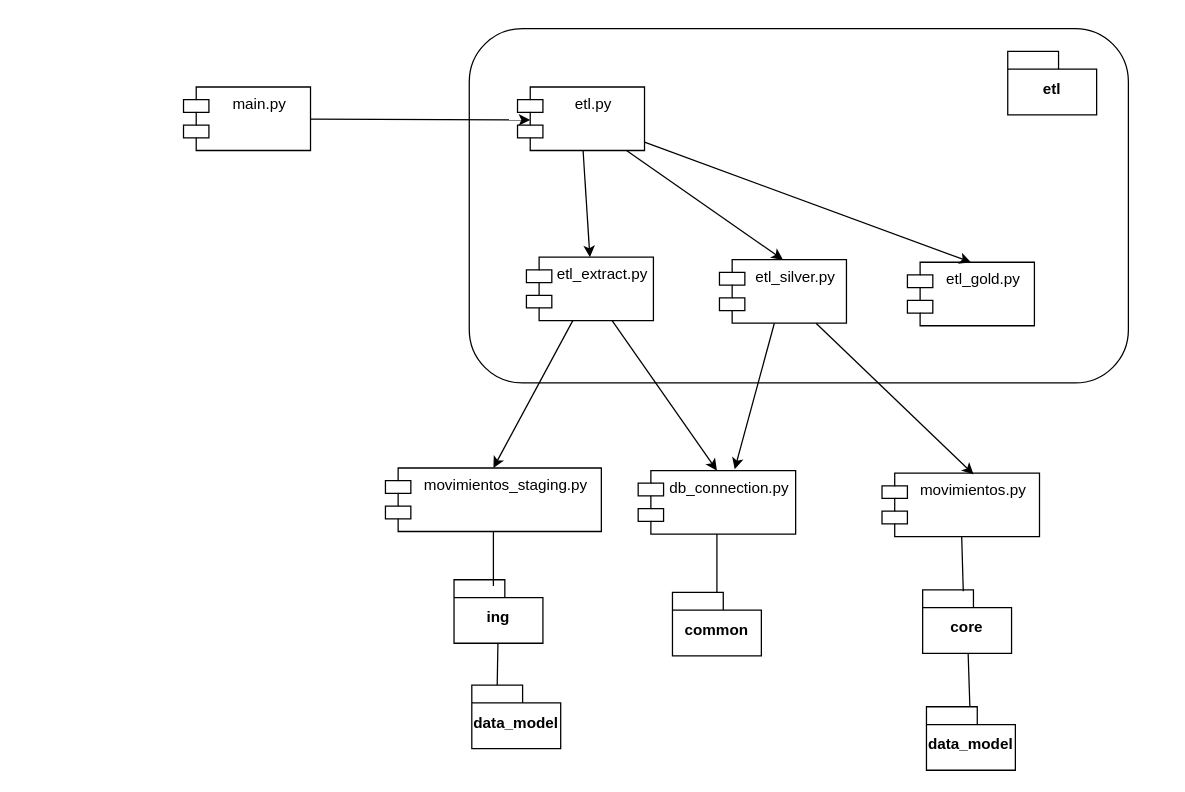
Before: page "Modulos" (4 of 5) of diagrams.dio in cperezh/DataEng_Patterns, a draw.io diagram. Source tidied: cells renumbered, new cells numbered last; positions are measured from the earlier drawing's top-left corner, leaving out a move shared by most shapes. Both pictures are drawn from the tidied source at 127%, with x=0, y=0 at pixel (183, 28).
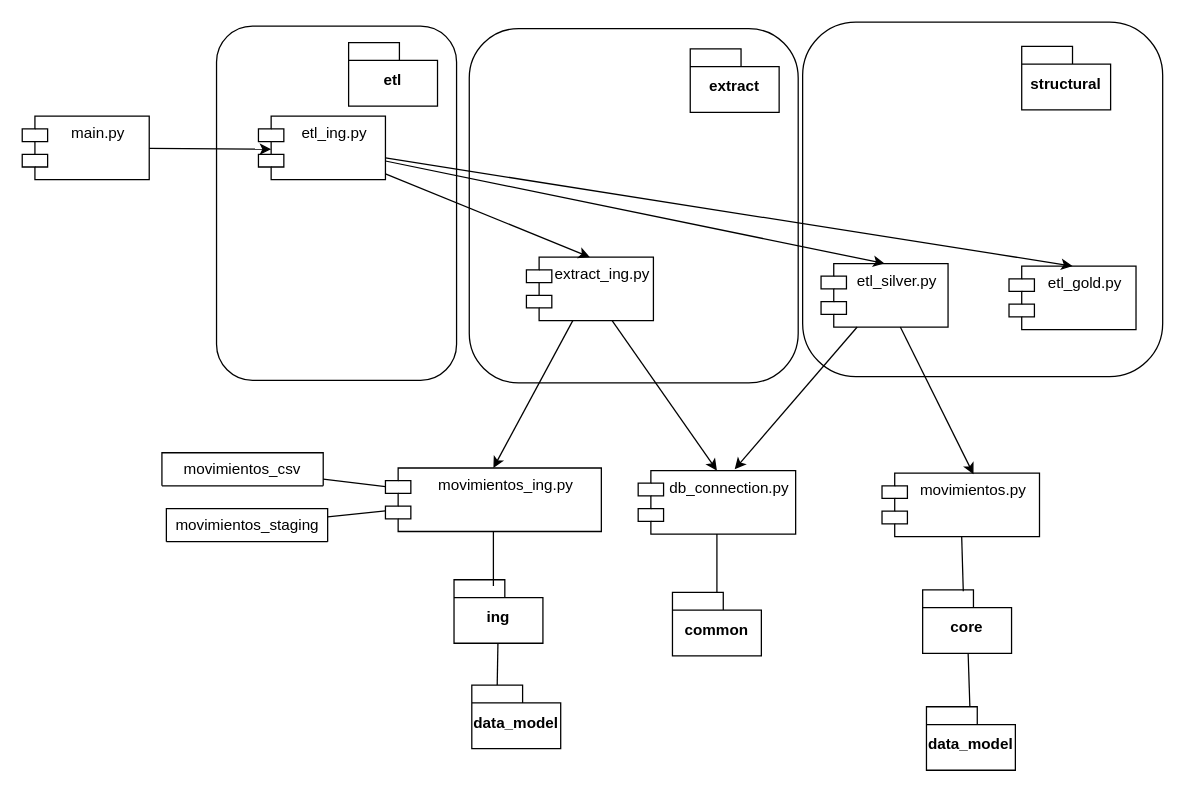
The same diagram, later.

The edit, as a diff of the source:
```diff
@@
+    <mxCell id="30" style="rounded=1;whiteSpace=wrap;html=1;" parent="1" vertex="1">
+      <mxGeometry x="26" y="-2" width="189" height="279" as="geometry" />
+    </mxCell>
+    <mxCell id="31" style="rounded=1;whiteSpace=wrap;html=1;" parent="1" vertex="1">
+      <mxGeometry x="487.5" y="-5" width="283.5" height="279" as="geometry" />
+    </mxCell>
     <mxCell id="2" style="rounded=1;whiteSpace=wrap;html=1;" parent="1" vertex="1">
-      <mxGeometry x="225" width="519" height="279" as="geometry" />
+      <mxGeometry x="225" width="259" height="279" as="geometry" />
     </mxCell>
-    <mxCell id="3" value="etl" style="shape=folder;fontStyle=1;spacingTop=10;tabWidth=40;tabHeight=14;tabPosition=left;html=1;whiteSpace=wrap;" parent="1" vertex="1">
-      <mxGeometry x="649" y="18" width="70" height="50" as="geometry" />
+    <mxCell id="3" value="extract" style="shape=folder;fontStyle=1;spacingTop=10;tabWidth=40;tabHeight=14;tabPosition=left;html=1;whiteSpace=wrap;" parent="1" vertex="1">
+      <mxGeometry x="399" y="16" width="70" height="50" as="geometry" />
     </mxCell>
@@
-    <mxCell id="6" value="etl_extract.py" style="shape=module;align=center;spacingLeft=20;align=center;verticalAlign=top;whiteSpace=wrap;html=1;strokeColor=default;fontFamily=Helvetica;fontSize=12;fontColor=default;fillColor=default;" parent="1" vertex="1">
+    <mxCell id="6" value="extract_ing.py" style="shape=module;align=center;spacingLeft=20;align=center;verticalAlign=top;whiteSpace=wrap;html=1;strokeColor=default;fontFamily=Helvetica;fontSize=12;fontColor=default;fillColor=default;" parent="1" vertex="1">
       <mxGeometry x="270" y="180" width="100" height="50" as="geometry" />
     </mxCell>
     <mxCell id="7" value="main.py" style="shape=module;align=left;spacingLeft=20;align=center;verticalAlign=top;whiteSpace=wrap;html=1;" parent="1" vertex="1">
-      <mxGeometry y="46" width="100" height="50" as="geometry" />
+      <mxGeometry x="-127" y="69" width="100" height="50" as="geometry" />
     </mxCell>
@@
     <mxCell id="9" value="etl_silver.py" style="shape=module;align=left;spacingLeft=20;align=center;verticalAlign=top;whiteSpace=wrap;html=1;" parent="1" vertex="1">
-      <mxGeometry x="422" y="182" width="100" height="50" as="geometry" />
+      <mxGeometry x="502" y="185" width="100" height="50" as="geometry" />
     </mxCell>
     <mxCell id="10" value="etl_gold.py" style="shape=module;align=left;spacingLeft=20;align=center;verticalAlign=top;whiteSpace=wrap;html=1;" parent="1" vertex="1">
-      <mxGeometry x="570" y="184" width="100" height="50" as="geometry" />
+      <mxGeometry x="650" y="187" width="100" height="50" as="geometry" />
     </mxCell>
@@
+    <mxCell id="32" style="edgeStyle=none;html=1;endArrow=none;endFill=0;" parent="1" edge="1" source="19" target="34">
+      <mxGeometry relative="1" as="geometry" />
+    </mxCell>
+    <mxCell id="33" style="edgeStyle=none;html=1;endArrow=none;endFill=0;" parent="1" edge="1" source="19" target="35">
+      <mxGeometry relative="1" as="geometry" />
+    </mxCell>
-    <mxCell id="19" value="movimientos_staging.py" style="shape=module;align=left;spacingLeft=20;align=center;verticalAlign=top;whiteSpace=wrap;html=1;" parent="1" vertex="1">
+    <mxCell id="19" value="movimientos_ing.py" style="shape=module;align=left;spacingLeft=20;align=center;verticalAlign=top;whiteSpace=wrap;html=1;" parent="1" vertex="1">
       <mxGeometry x="159" y="346" width="170" height="50" as="geometry" />
     </mxCell>
@@
-    <mxCell id="23" value="etl.py" style="shape=module;align=center;spacingLeft=20;align=center;verticalAlign=top;whiteSpace=wrap;html=1;strokeColor=default;fontFamily=Helvetica;fontSize=12;fontColor=default;fillColor=default;" parent="1" vertex="1">
-      <mxGeometry x="263" y="46" width="100" height="50" as="geometry" />
+    <mxCell id="23" value="etl_ing.py" style="shape=module;align=center;spacingLeft=20;align=center;verticalAlign=top;whiteSpace=wrap;html=1;strokeColor=default;fontFamily=Helvetica;fontSize=12;fontColor=default;fillColor=default;" parent="1" vertex="1">
+      <mxGeometry x="59" y="69" width="100" height="50" as="geometry" />
     </mxCell>
@@
+    <mxCell id="34" value="movimientos_csv" style="swimlane;fontStyle=0;horizontal=1;startSize=26;fillColor=none;whiteSpace=wrap;html=1;" parent="1" vertex="1" collapsed="1">
+      <mxGeometry x="-17" y="334" width="127" height="26" as="geometry" />
+    </mxCell>
+    <mxCell id="35" value="movimientos_staging" style="swimlane;fontStyle=0;horizontal=1;startSize=26;fillColor=none;whiteSpace=wrap;html=1;" parent="1" vertex="1" collapsed="1">
+      <mxGeometry x="-13.5" y="378" width="127" height="26" as="geometry" />
+    </mxCell>
+    <mxCell id="36" value="structural" style="shape=folder;fontStyle=1;spacingTop=10;tabWidth=40;tabHeight=14;tabPosition=left;html=1;whiteSpace=wrap;" parent="1" vertex="1">
+      <mxGeometry x="660" y="14" width="70" height="50" as="geometry" />
+    </mxCell>
+    <mxCell id="37" value="etl" style="shape=folder;fontStyle=1;spacingTop=10;tabWidth=40;tabHeight=14;tabPosition=left;html=1;whiteSpace=wrap;" parent="1" vertex="1">
+      <mxGeometry x="130" y="11" width="70" height="50" as="geometry" />
+    </mxCell>
```
